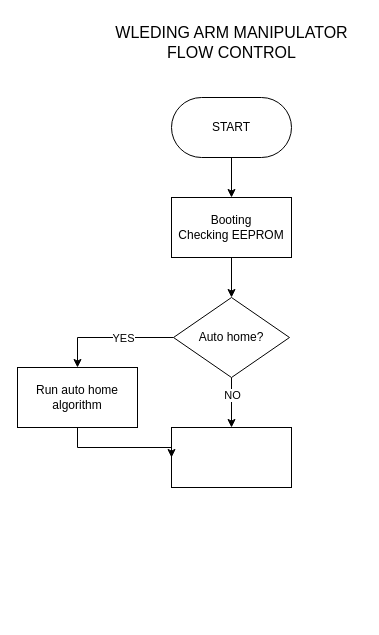
Before: Breakdown/Flow Control.drawio in AlfonsusGiovanni/Welding-Arm-Manipulator, a draw.io diagram. Source tidied: cells renumbered, new cells numbered last; positions are measured from the earlier drawing's top-left corner, leaving out a move shared by most shapes. Both pictures are drawn from the tidied source at 100%, with x=0, y=0 at pixel (17, 17).
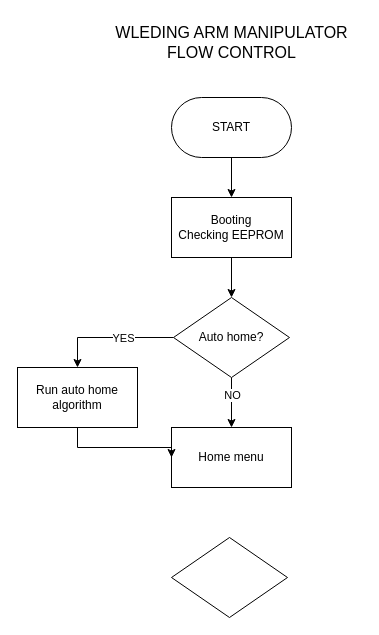
After the change.

The edit, as a diff of the source:
```diff
@@
 <mxGraphModel>
   <root>
     <mxCell id="0" />
     <mxCell id="1" parent="0" />
     <mxCell id="2" value="&lt;div style=&quot;font-size: 16px;&quot;&gt;WLEDING ARM MANIPULATOR&lt;/div&gt;FLOW CONTROL" style="text;html=1;align=center;verticalAlign=middle;strokeColor=none;fillColor=none;fontSize=16;" parent="1" vertex="1">
       <mxGeometry x="84" width="260" height="50" as="geometry" />
     </mxCell>
     <mxCell id="3" style="edgeStyle=orthogonalEdgeStyle;rounded=0;jettySize=auto;html=1;" parent="1" edge="1" source="4" target="11">
       <mxGeometry relative="1" as="geometry" />
     </mxCell>
     <mxCell id="4" value="Booting&lt;div&gt;Checking EEPROM&lt;/div&gt;" style="rounded=0;whiteSpace=wrap;html=1;" parent="1" vertex="1">
       <mxGeometry x="154" y="180" width="120" height="60" as="geometry" />
     </mxCell>
     <mxCell id="5" style="edgeStyle=orthogonalEdgeStyle;rounded=0;jettySize=auto;html=1;" parent="1" edge="1" source="6" target="4">
       <mxGeometry relative="1" as="geometry" />
     </mxCell>
     <mxCell id="6" value="START" style="rounded=1;whiteSpace=wrap;html=1;arcSize=50;" parent="1" vertex="1">
       <mxGeometry x="154" y="80" width="120" height="60" as="geometry" />
     </mxCell>
     <mxCell id="7" style="edgeStyle=orthogonalEdgeStyle;rounded=0;jettySize=auto;html=1;" parent="1" edge="1" source="11" target="12">
       <mxGeometry relative="1" as="geometry" />
     </mxCell>
     <mxCell id="8" value="NO" style="edgeLabel;html=1;align=center;verticalAlign=middle;" parent="7" vertex="1">
       <mxGeometry x="-0.33" y="2" relative="1" as="geometry">
         <mxPoint x="-2" as="offset" />
       </mxGeometry>
     </mxCell>
     <mxCell id="9" style="edgeStyle=orthogonalEdgeStyle;rounded=0;jettySize=auto;html=1;entryX=0.5;entryY=0;entryDx=0;entryDy=0;" parent="1" edge="1" source="11" target="14">
       <mxGeometry relative="1" as="geometry" />
     </mxCell>
     <mxCell id="10" value="YES" style="edgeLabel;html=1;align=center;verticalAlign=middle;" parent="9" vertex="1">
       <mxGeometry x="-0.05" relative="1" as="geometry">
         <mxPoint x="9" as="offset" />
       </mxGeometry>
     </mxCell>
     <mxCell id="11" value="Auto home?" style="rhombus;whiteSpace=wrap;html=1;" parent="1" vertex="1">
       <mxGeometry x="156" y="280" width="116" height="80" as="geometry" />
     </mxCell>
-    <mxCell id="12" style="rounded=0;whiteSpace=wrap;html=1;" parent="1" vertex="1">
+    <mxCell id="12" value="Home menu" style="rounded=0;whiteSpace=wrap;html=1;" parent="1" vertex="1">
       <mxGeometry x="154" y="410" width="120" height="60" as="geometry" />
     </mxCell>
     <mxCell id="13" style="edgeStyle=orthogonalEdgeStyle;rounded=0;jettySize=auto;html=1;entryX=0;entryY=0.5;entryDx=0;entryDy=0;" parent="1" edge="1" source="14" target="12">
       <mxGeometry relative="1" as="geometry">
         <Array as="points">
           <mxPoint x="60" y="430" />
         </Array>
       </mxGeometry>
     </mxCell>
     <mxCell id="14" value="Run auto home algorithm" style="rounded=0;whiteSpace=wrap;html=1;" parent="1" vertex="1">
       <mxGeometry y="350" width="120" height="60" as="geometry" />
     </mxCell>
+    <mxCell id="15" style="rhombus;whiteSpace=wrap;html=1;" parent="1" vertex="1">
+      <mxGeometry x="154" y="520" width="116" height="80" as="geometry" />
+    </mxCell>
   </root>
 </mxGraphModel>
```
